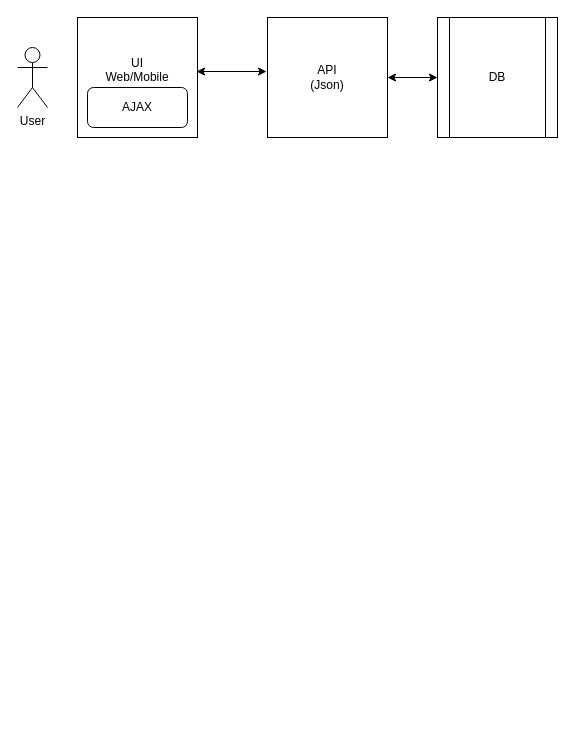
Above: design-copa.drawio in designdreams/copa-api (draw.io), before the change. Source tidied: cells renumbered, new cells numbered last; positions are measured from the earlier drawing's top-left corner, leaving out a move shared by most shapes. Both pictures are drawn from the tidied source at 100%, with x=0, y=0 at pixel (17, 17).
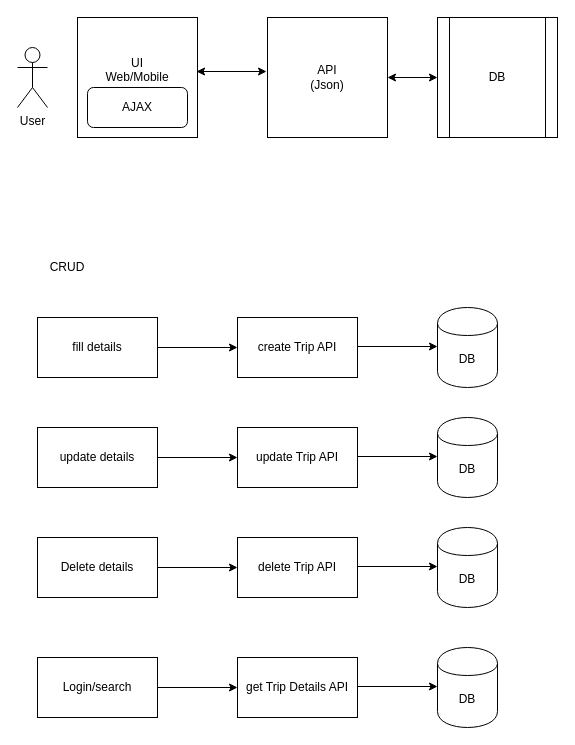
The same diagram, later.

What changed in the source:
```diff
@@
+    <mxCell id="9" value="fill details" style="rounded=0;whiteSpace=wrap;html=1;" parent="1" vertex="1">
+      <mxGeometry x="20" y="300" width="120" height="60" as="geometry" />
+    </mxCell>
+    <mxCell id="10" style="endArrow=classic;html=1;exitX=1;exitY=0.5;exitDx=0;exitDy=0;entryX=0;entryY=0.5;entryDx=0;entryDy=0;" parent="1" edge="1" source="9" target="11">
+      <mxGeometry relative="1" as="geometry" />
+    </mxCell>
+    <mxCell id="11" value="create Trip API" style="rounded=0;whiteSpace=wrap;html=1;" parent="1" vertex="1">
+      <mxGeometry x="220" y="300" width="120" height="60" as="geometry" />
+    </mxCell>
+    <mxCell id="12" value="DB" style="shape=cylinder;whiteSpace=wrap;html=1;boundedLbl=1;backgroundOutline=1;" parent="1" vertex="1">
+      <mxGeometry x="420" y="290" width="60" height="80" as="geometry" />
+    </mxCell>
+    <mxCell id="13" style="endArrow=classic;html=1;exitX=1;exitY=0.5;exitDx=0;exitDy=0;entryX=0;entryY=0.5;entryDx=0;entryDy=0;" parent="1" edge="1">
+      <mxGeometry relative="1" as="geometry">
+        <mxPoint x="340" y="329" as="sourcePoint" />
+        <mxPoint x="420" y="329" as="targetPoint" />
+      </mxGeometry>
+    </mxCell>
+    <mxCell id="14" value="update details" style="rounded=0;whiteSpace=wrap;html=1;" parent="1" vertex="1">
+      <mxGeometry x="20" y="410" width="120" height="60" as="geometry" />
+    </mxCell>
+    <mxCell id="15" style="endArrow=classic;html=1;exitX=1;exitY=0.5;exitDx=0;exitDy=0;entryX=0;entryY=0.5;entryDx=0;entryDy=0;" parent="1" edge="1" source="14" target="16">
+      <mxGeometry relative="1" as="geometry" />
+    </mxCell>
+    <mxCell id="16" value="update Trip API" style="rounded=0;whiteSpace=wrap;html=1;" parent="1" vertex="1">
+      <mxGeometry x="220" y="410" width="120" height="60" as="geometry" />
+    </mxCell>
+    <mxCell id="17" value="DB" style="shape=cylinder;whiteSpace=wrap;html=1;boundedLbl=1;backgroundOutline=1;" parent="1" vertex="1">
+      <mxGeometry x="420" y="400" width="60" height="80" as="geometry" />
+    </mxCell>
+    <mxCell id="18" style="endArrow=classic;html=1;exitX=1;exitY=0.5;exitDx=0;exitDy=0;entryX=0;entryY=0.5;entryDx=0;entryDy=0;" parent="1" edge="1">
+      <mxGeometry relative="1" as="geometry">
+        <mxPoint x="340" y="439" as="sourcePoint" />
+        <mxPoint x="420" y="439" as="targetPoint" />
+      </mxGeometry>
+    </mxCell>
+    <mxCell id="19" value="Delete details" style="rounded=0;whiteSpace=wrap;html=1;" parent="1" vertex="1">
+      <mxGeometry x="20" y="520" width="120" height="60" as="geometry" />
+    </mxCell>
+    <mxCell id="20" style="endArrow=classic;html=1;exitX=1;exitY=0.5;exitDx=0;exitDy=0;entryX=0;entryY=0.5;entryDx=0;entryDy=0;" parent="1" edge="1" source="19" target="21">
+      <mxGeometry relative="1" as="geometry" />
+    </mxCell>
+    <mxCell id="21" value="delete Trip API" style="rounded=0;whiteSpace=wrap;html=1;" parent="1" vertex="1">
+      <mxGeometry x="220" y="520" width="120" height="60" as="geometry" />
+    </mxCell>
+    <mxCell id="22" value="DB" style="shape=cylinder;whiteSpace=wrap;html=1;boundedLbl=1;backgroundOutline=1;" parent="1" vertex="1">
+      <mxGeometry x="420" y="510" width="60" height="80" as="geometry" />
+    </mxCell>
+    <mxCell id="23" style="endArrow=classic;html=1;exitX=1;exitY=0.5;exitDx=0;exitDy=0;entryX=0;entryY=0.5;entryDx=0;entryDy=0;" parent="1" edge="1">
+      <mxGeometry relative="1" as="geometry">
+        <mxPoint x="340" y="549" as="sourcePoint" />
+        <mxPoint x="420" y="549" as="targetPoint" />
+      </mxGeometry>
+    </mxCell>
+    <mxCell id="24" value="Login/search" style="rounded=0;whiteSpace=wrap;html=1;" parent="1" vertex="1">
+      <mxGeometry x="20" y="640" width="120" height="60" as="geometry" />
+    </mxCell>
+    <mxCell id="25" style="endArrow=classic;html=1;exitX=1;exitY=0.5;exitDx=0;exitDy=0;entryX=0;entryY=0.5;entryDx=0;entryDy=0;" parent="1" edge="1" source="24" target="26">
+      <mxGeometry relative="1" as="geometry" />
+    </mxCell>
+    <mxCell id="26" value="get Trip Details API" style="rounded=0;whiteSpace=wrap;html=1;" parent="1" vertex="1">
+      <mxGeometry x="220" y="640" width="120" height="60" as="geometry" />
+    </mxCell>
+    <mxCell id="27" value="DB" style="shape=cylinder;whiteSpace=wrap;html=1;boundedLbl=1;backgroundOutline=1;" parent="1" vertex="1">
+      <mxGeometry x="420" y="630" width="60" height="80" as="geometry" />
+    </mxCell>
+    <mxCell id="28" style="endArrow=classic;html=1;exitX=1;exitY=0.5;exitDx=0;exitDy=0;entryX=0;entryY=0.5;entryDx=0;entryDy=0;" parent="1" edge="1">
+      <mxGeometry relative="1" as="geometry">
+        <mxPoint x="340" y="669" as="sourcePoint" />
+        <mxPoint x="420" y="669" as="targetPoint" />
+      </mxGeometry>
+    </mxCell>
+    <mxCell id="29" value="CRUD" style="text;html=1;strokeColor=none;fillColor=none;align=center;verticalAlign=middle;whiteSpace=wrap;rounded=0;" parent="1" vertex="1">
+      <mxGeometry x="30" y="240" width="40" height="20" as="geometry" />
+    </mxCell>
```
